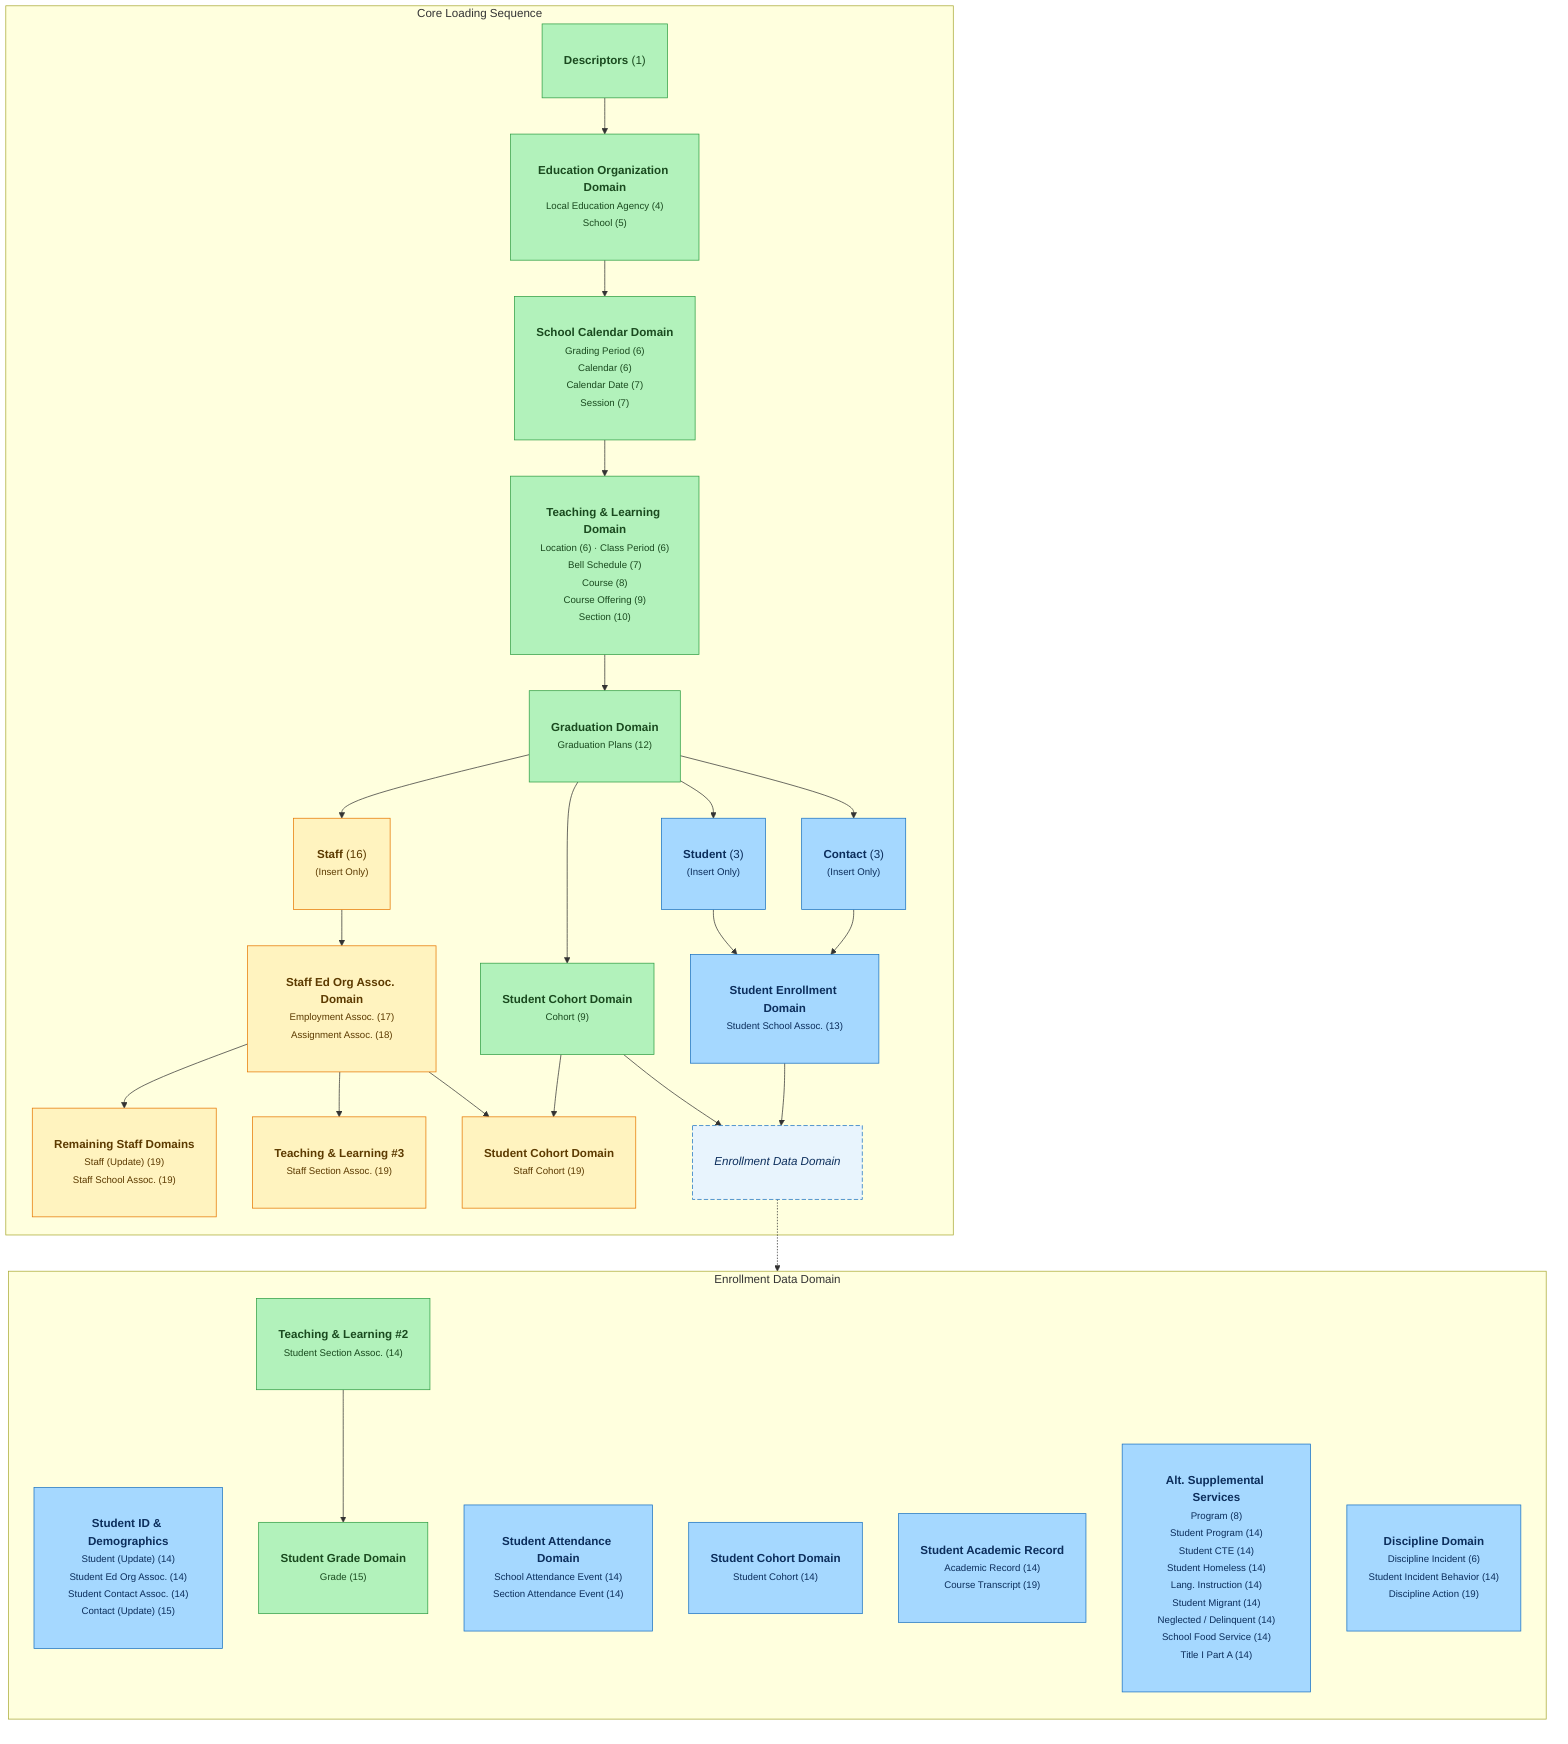
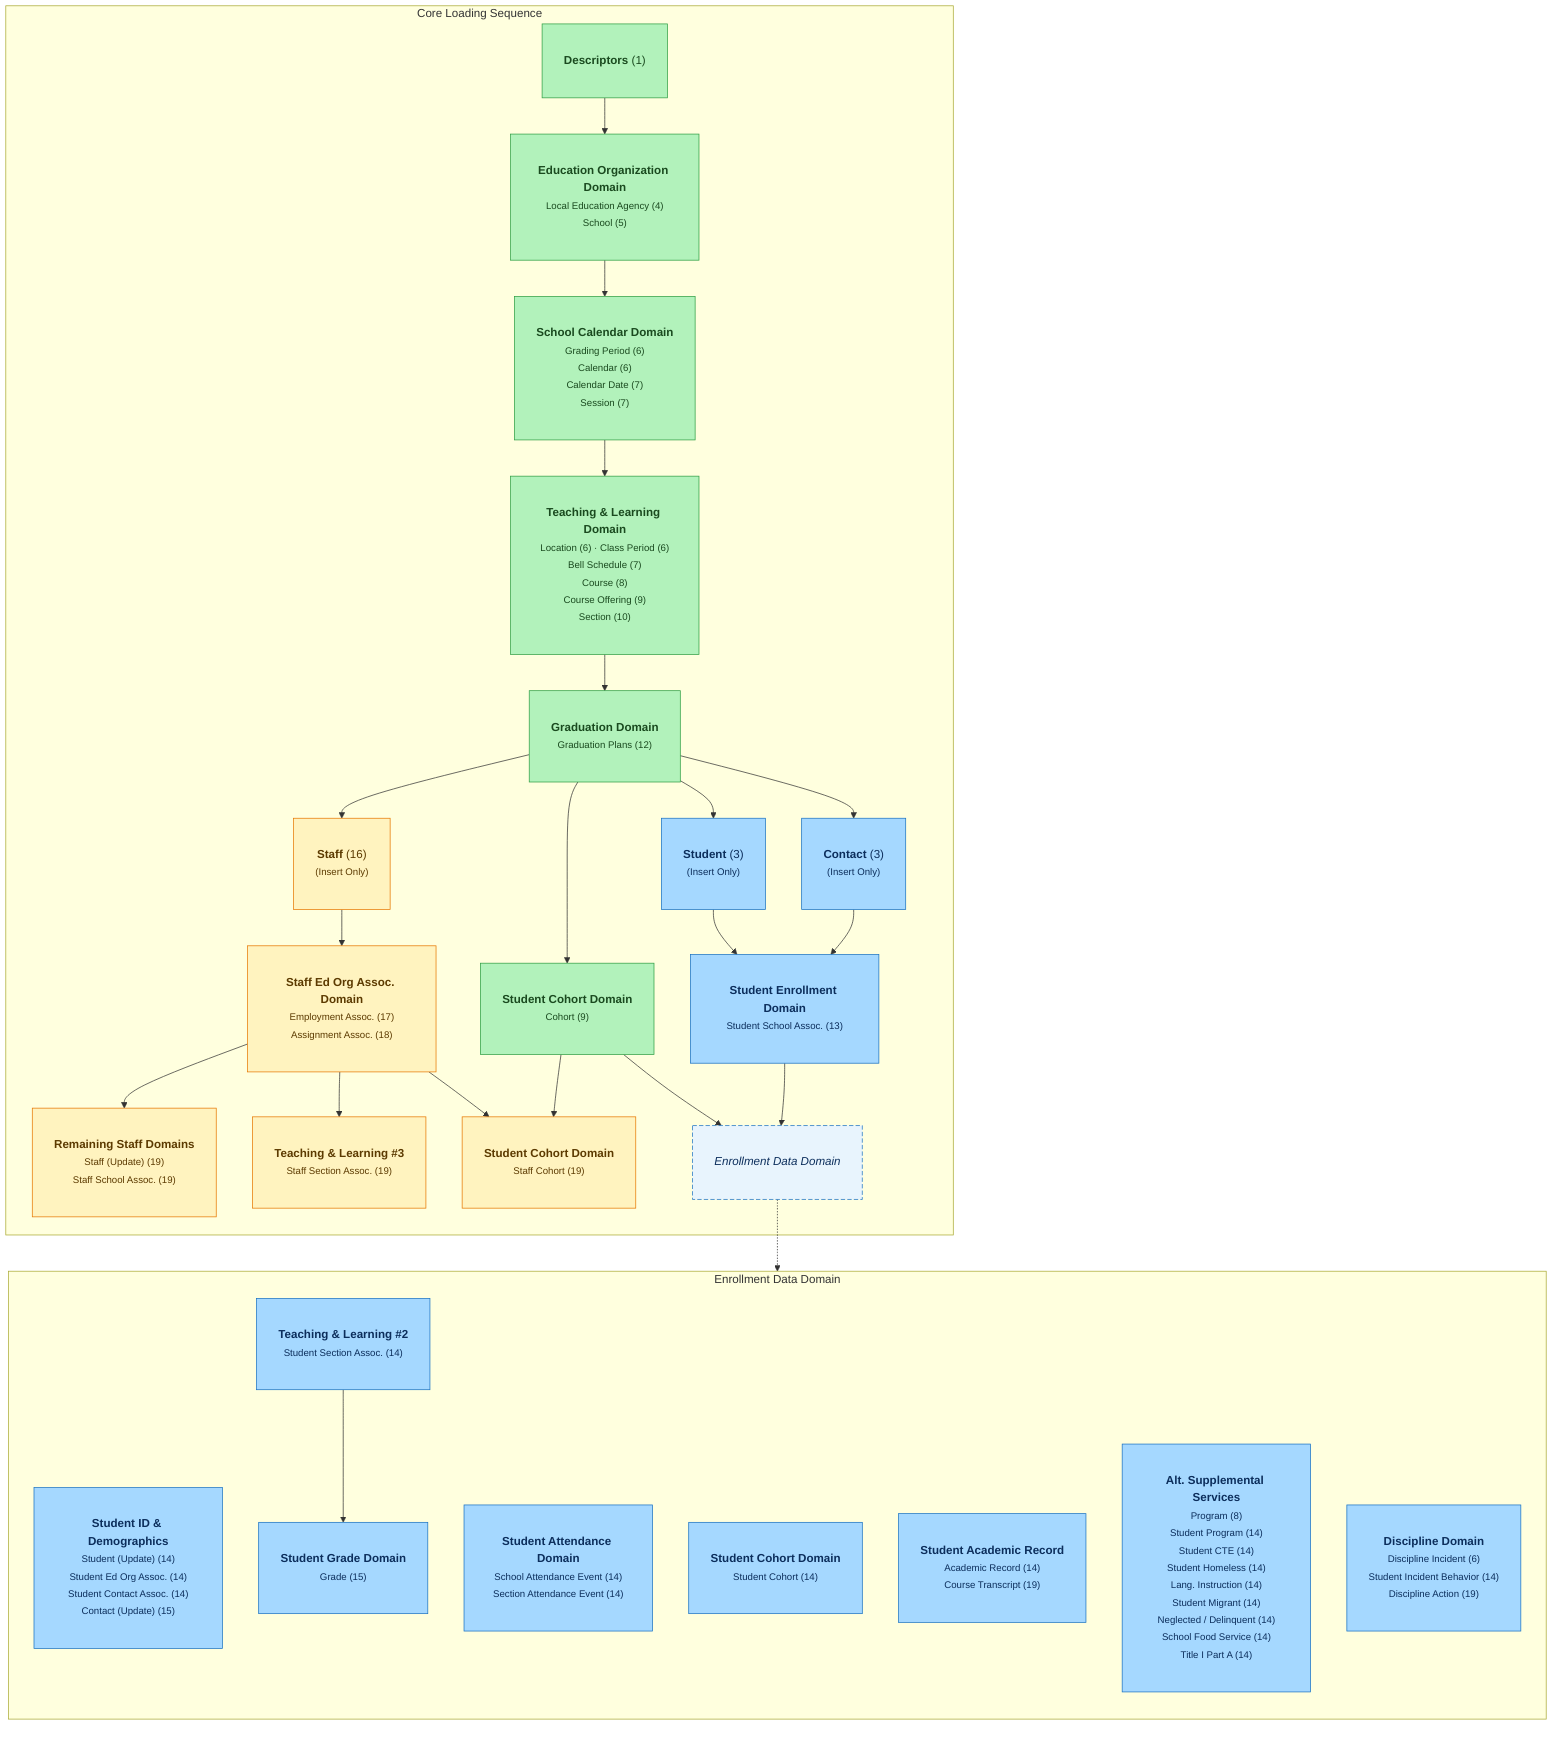
%%{init: { 'flowchart': {'htmlLabels': true} } }%%
flowchart TD
    %% ─── Styles ───────────────────────────────────────────────────
    classDef core    fill:#b2f2bb,stroke:#2f9e44,color:#1a4a1f,padding:10px 16px,border-radius:6px
    classDef student fill:#a5d8ff,stroke:#1971c2,color:#0c2e5c,padding:10px 16px,border-radius:6px
    classDef staff   fill:#fff3bf,stroke:#e67700,color:#5c3a00,padding:10px 16px,border-radius:6px
    classDef supp    fill:#ffc9c9,stroke:#c92a2a,color:#5c0a0a,padding:10px 16px,border-radius:6px
    classDef cohort  fill:#e5dbff,stroke:#6741d9,color:#2a1270,padding:10px 16px,border-radius:6px
    classDef stub    fill:#e8f4fd,stroke:#1971c2,stroke-dasharray:6 3,color:#0c2e5c,padding:10px 16px,border-radius:6px,font-style:italic

    %% ─── Core Loading Sequence ────────────────────────────────────
    subgraph CORE_SEQ["Core Loading Sequence"]
        DESC["<b>Descriptors</b> (1)"]:::core

        EDORG["<b>Education Organization Domain</b><br/><small>Local Education Agency (4)</small><br/><small>School (5)</small>"]:::core

        CAL["<b>School Calendar Domain</b><br/><small>Grading Period (6)</small><br/><small>Calendar (6)</small><br/><small>Calendar Date (7)</small><br/><small>Session (7)</small>"]:::core

        TL1["<b>Teaching &amp; Learning Domain</b><br/><small>Location (6) · Class Period (6)</small><br/><small>Bell Schedule (7)</small><br/><small>Course (8)</small><br/><small>Course Offering (9)</small><br/><small>Section (10)</small>"]:::core

        GRAD["<b>Graduation Domain</b><br/><small>Graduation Plans (12)</small>"]:::core

        STAFF["<b>Staff</b> (16)<br/><small>(Insert Only)</small>"]:::staff
        STU["<b>Student</b> (3)<br/><small>(Insert Only)</small>"]:::student
        CONT["<b>Contact</b> (3)<br/><small>(Insert Only)</small>"]:::student

        STAFFEDORG["<b>Staff Ed Org Assoc. Domain</b><br/><small>Employment Assoc. (17)</small><br/><small>Assignment Assoc. (18)</small>"]:::staff
        ENROLL["<b>Student Enrollment Domain</b><br/><small>Student School Assoc. (13)</small>"]:::student
        COH14["<b>Student Cohort Domain</b><br/><small>Cohort (9)</small>"]:::core

        STAFFREM["<b>Remaining Staff Domains</b><br/><small>Staff (Update) (19)</small><br/><small>Staff School Assoc. (19)</small>"]:::staff
        STAFFSEC["<b>Teaching &amp; Learning #3</b><br/><small>Staff Section Assoc. (19)</small>"]:::staff
        STAFFCOH["<b>Student Cohort Domain</b><br/><small>Staff Cohort (19)</small>"]:::staff

        ENROLL_STUB["<i>Enrollment Data Domain</i>"]:::stub

        DESC --> EDORG
        EDORG --> CAL
        CAL --> TL1
        TL1 --> GRAD

        GRAD --> STAFF
        GRAD --> COH14
        GRAD --> STU
        GRAD --> CONT

        STAFF --> STAFFEDORG
        STU --> ENROLL
        CONT --> ENROLL

        STAFFEDORG --> STAFFREM
        STAFFEDORG --> STAFFSEC
        STAFFEDORG --> STAFFCOH
        COH14 --> STAFFCOH

        ENROLL --> ENROLL_STUB
        COH14 --> ENROLL_STUB
    end

    %% ─── Enrollment Data Subsystem ────────────────────────────────
    subgraph ENROLL_DATA["Enrollment Data Domain"]
        direction TD
        STUDENTID["<b>Student ID &amp; Demographics</b><br/><small>Student (Update) (14)</small><br/><small>Student Ed Org Assoc. (14)</small><br/><small>Student Contact Assoc. (14)</small><br/><small>Contact (Update) (15)</small>"]:::student

        ATT["<b>Student Attendance Domain</b><br/><small>School Attendance Event (14)</small><br/><small>Section Attendance Event (14)</small>"]:::student

-         TL2["<b>Teaching &amp; Learning #2</b><br/><small>Student Section Assoc. (14)</small>"]:::core
-         GRADE["<b>Student Grade Domain</b><br/><small>Grade (15)</small>"]:::core
+         TL2["<b>Teaching &amp; Learning #2</b><br/><small>Student Section Assoc. (14)</small>"]:::student
+         GRADE["<b>Student Grade Domain</b><br/><small>Grade (15)</small>"]:::student

        COH_STU["<b>Student Cohort Domain</b><br/><small>Student Cohort (14)</small>"]:::student

        ACADREC["<b>Student Academic Record</b><br/><small>Academic Record (14)</small><br/><small>Course Transcript (19)</small>"]:::student

        ALTSUPP["<b>Alt. Supplemental Services</b><br/><small>Program (8)</small><br/><small>Student Program (14)</small><br/><small>Student CTE (14)</small><br/><small>Student Homeless (14)</small><br/><small>Lang. Instruction (14)</small><br/><small>Student Migrant (14)</small><br/><small>Neglected / Delinquent (14)</small><br/><small>School Food Service (14)</small><br/><small>Title I Part A (14)</small>"]:::student

        DIS14["<b>Discipline Domain</b><br/><small>Discipline Incident (6)</small><br/><small>Student Incident Behavior (14)</small><br/><small>Discipline Action (19)</small>"]:::student

        TL2 --> GRADE
    end

    %% ─── Cross-boundary connections ───────────────────────────────
    ENROLL_STUB -.-> ENROLL_DATA
